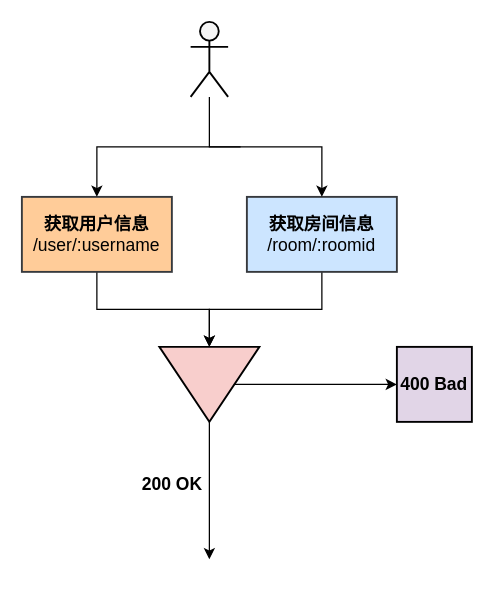
This is page "接口缓存" (1 of 2) of 阿里天池.drawio from ThinkingXuan/draw, a draw.io file, before an edit. Source tidied: cells renumbered, new cells numbered last; positions are measured from the earlier drawing's top-left corner, leaving out a move shared by most shapes. Both pictures are drawn from the tidied source at 125%, with x=0, y=0 at pixel (21, 21).
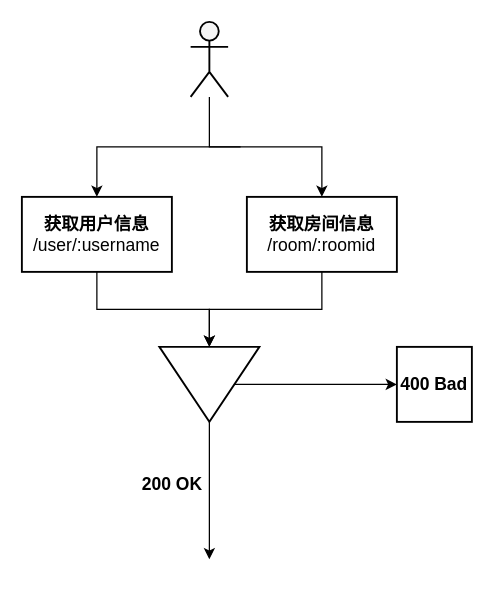
The same diagram, later.

Change to the diagram source:
```diff
@@
 <mxGraphModel>
   <root>
     <mxCell id="0" />
     <mxCell id="1" parent="0" />
     <mxCell id="2" style="edgeStyle=orthogonalEdgeStyle;rounded=0;jettySize=auto;html=1;entryX=0;entryY=0.5;entryDx=0;entryDy=0;fontSize=14;" parent="1" edge="1" source="3" target="8">
       <mxGeometry relative="1" as="geometry" />
     </mxCell>
-    <mxCell id="3" value="&lt;font style=&quot;font-size: 14px&quot;&gt;&lt;b&gt;获取用户信息&lt;br&gt;&lt;/b&gt;/user/:username&lt;/font&gt;" style="rounded=0;whiteSpace=wrap;html=1;fillColor=#ffcc99;strokeColor=#36393d;strokeWidth=1.5;" parent="1" vertex="1">
+    <mxCell id="3" value="&lt;font style=&quot;font-size: 14px&quot;&gt;&lt;b&gt;获取用户信息&lt;br&gt;&lt;/b&gt;/user/:username&lt;/font&gt;" style="rounded=0;whiteSpace=wrap;html=1;strokeWidth=1.5;" parent="1" vertex="1">
       <mxGeometry y="140" width="120" height="60" as="geometry" />
     </mxCell>
     <mxCell id="4" style="edgeStyle=orthogonalEdgeStyle;rounded=0;jettySize=auto;html=1;fontSize=14;" parent="1" edge="1" source="5" target="8">
       <mxGeometry relative="1" as="geometry" />
     </mxCell>
-    <mxCell id="5" value="&lt;font style=&quot;font-size: 14px&quot;&gt;&lt;b&gt;获取房间信息&lt;br&gt;&lt;/b&gt;/room/:roomid&lt;/font&gt;" style="rounded=0;whiteSpace=wrap;html=1;fillColor=#cce5ff;strokeColor=#36393d;strokeWidth=1.5;" parent="1" vertex="1">
+    <mxCell id="5" value="&lt;font style=&quot;font-size: 14px&quot;&gt;&lt;b&gt;获取房间信息&lt;br&gt;&lt;/b&gt;/room/:roomid&lt;/font&gt;" style="rounded=0;whiteSpace=wrap;html=1;strokeWidth=1.5;" parent="1" vertex="1">
       <mxGeometry x="180" y="140" width="120" height="60" as="geometry" />
     </mxCell>
     <mxCell id="6" style="edgeStyle=orthogonalEdgeStyle;rounded=0;jettySize=auto;html=1;fontSize=14;" parent="1" edge="1" source="8">
       <mxGeometry relative="1" as="geometry">
         <mxPoint x="150" y="430" as="targetPoint" />
       </mxGeometry>
     </mxCell>
     <mxCell id="7" style="edgeStyle=orthogonalEdgeStyle;rounded=0;jettySize=auto;html=1;fontSize=14;" parent="1" edge="1" source="8">
       <mxGeometry relative="1" as="geometry">
         <mxPoint x="300" y="290" as="targetPoint" />
       </mxGeometry>
     </mxCell>
-    <mxCell id="8" style="triangle;whiteSpace=wrap;html=1;fontSize=14;strokeWidth=1.5;rotation=90;direction=east;fillColor=#f8cecc;strokeColor=#000000;" parent="1" vertex="1">
+    <mxCell id="8" style="triangle;whiteSpace=wrap;html=1;fontSize=14;strokeWidth=1.5;rotation=90;direction=east;" parent="1" vertex="1">
       <mxGeometry x="120" y="250" width="60" height="80" as="geometry" />
     </mxCell>
     <mxCell id="9" value="&lt;b&gt;200 OK&lt;/b&gt;" style="text;html=1;align=center;verticalAlign=middle;strokeColor=none;fillColor=none;fontSize=14;" parent="1" vertex="1">
       <mxGeometry x="90" y="360" width="60" height="20" as="geometry" />
     </mxCell>
     <mxCell id="10" style="edgeStyle=orthogonalEdgeStyle;rounded=0;jettySize=auto;html=1;fontSize=14;" parent="1" edge="1" source="12" target="5">
       <mxGeometry relative="1" as="geometry">
         <Array as="points">
           <mxPoint x="150" y="100" />
           <mxPoint x="240" y="100" />
         </Array>
       </mxGeometry>
     </mxCell>
     <mxCell id="11" style="edgeStyle=orthogonalEdgeStyle;rounded=0;jettySize=auto;html=1;fontSize=14;" parent="1" edge="1" target="3">
       <mxGeometry relative="1" as="geometry">
         <mxPoint x="150" y="100" as="sourcePoint" />
         <Array as="points">
           <mxPoint x="175" y="100" />
           <mxPoint x="60" y="100" />
         </Array>
       </mxGeometry>
     </mxCell>
     <mxCell id="12" style="shape=umlActor;verticalLabelPosition=bottom;verticalAlign=top;html=1;outlineConnect=0;fontSize=14;strokeColor=#000000;strokeWidth=1.5;fillColor=#f5f5f5;fontColor=#333333;" parent="1" vertex="1">
       <mxGeometry x="135" width="30" height="60" as="geometry" />
     </mxCell>
-    <mxCell id="13" value="&lt;b&gt;400 Bad&lt;/b&gt;" style="rounded=0;whiteSpace=wrap;html=1;fontSize=14;strokeColor=#000000;strokeWidth=1.5;fillColor=#e1d5e7;" parent="1" vertex="1">
+    <mxCell id="13" value="&lt;b&gt;400 Bad&lt;/b&gt;" style="rounded=0;whiteSpace=wrap;html=1;fontSize=14;strokeWidth=1.5;" parent="1" vertex="1">
       <mxGeometry x="300" y="260" width="60" height="60" as="geometry" />
     </mxCell>
   </root>
 </mxGraphModel>
```
